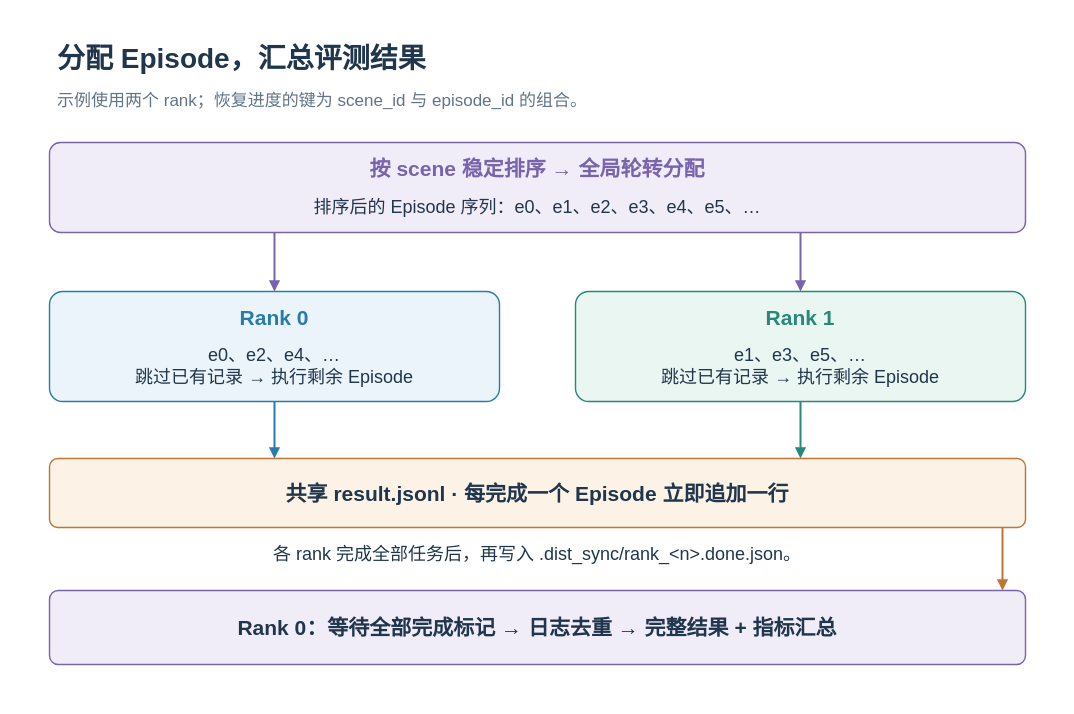
This is docs/assets/workflows/distributed-results.zh-CN.drawio from Eku127/SwiftVLN, a draw.io file, before an edit. Source tidied: cells renumbered, new cells numbered last; positions are measured from the earlier drawing's top-left corner, leaving out a move shared by most shapes. Both pictures are drawn from the tidied source at 100%, with x=0, y=0 at pixel (17, 17).
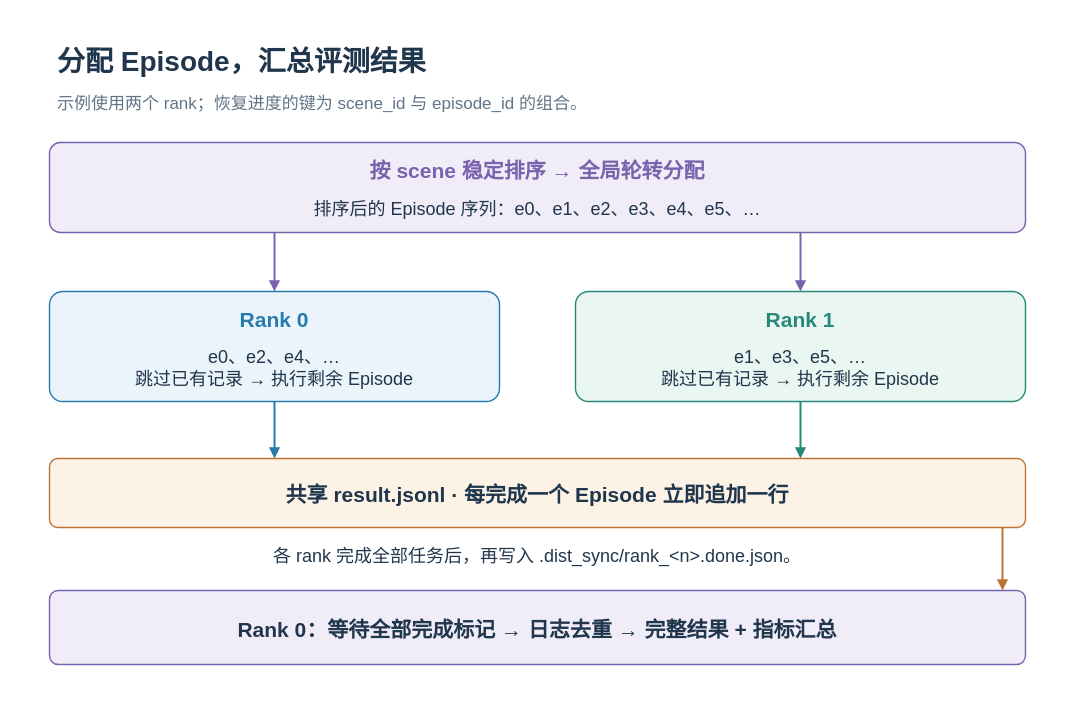
The same diagram, later.

What changed in the source:
```diff
@@
-    <mxCell id="2" style="rounded=0;arcSize=12;whiteSpace=wrap;html=0;fillColor=#FFFFFF;strokeColor=none;strokeWidth=1.4;fontColor=#20364C;fontFamily=Arial;fontSize=19;fontStyle=0;align=center;verticalAlign=middle;spacing=8;" parent="1" vertex="1">
+    <mxCell id="2" style="rounded=0;arcSize=12;whiteSpace=nowrap;html=0;fillColor=#FFFFFF;strokeColor=none;strokeWidth=1.4;fontColor=#20364C;fontFamily=Arial;fontSize=19;fontStyle=0;align=center;verticalAlign=middle;spacing=8;" parent="1" vertex="1">
       <mxGeometry width="1040" height="680" as="geometry" />
     </mxCell>
-    <mxCell id="3" value="分配 Episode，汇总评测结果" style="rounded=0;arcSize=12;whiteSpace=wrap;html=0;fillColor=none;strokeColor=none;strokeWidth=1.4;fontColor=#20364C;fontFamily=Arial;fontSize=28;fontStyle=1;align=left;verticalAlign=middle;spacing=8;" parent="1" vertex="1">
+    <mxCell id="3" value="分配 Episode，汇总评测结果" style="rounded=0;arcSize=12;whiteSpace=nowrap;html=0;fillColor=none;strokeColor=none;strokeWidth=1.4;fontColor=#20364C;fontFamily=Arial;fontSize=28;fontStyle=1;align=left;verticalAlign=middle;spacing=8;" parent="1" vertex="1">
       <mxGeometry x="32" y="22" width="970" height="38" as="geometry" />
     </mxCell>
-    <mxCell id="4" value="示例使用两个 rank；恢复进度的键为 scene_id 与 episode_id 的组合。" style="rounded=0;arcSize=12;whiteSpace=wrap;html=0;fillColor=none;strokeColor=none;strokeWidth=1.4;fontColor=#627487;fontFamily=Arial;fontSize=17;fontStyle=0;align=left;verticalAlign=middle;spacing=8;" parent="1" vertex="1">
+    <mxCell id="4" value="示例使用两个 rank；恢复进度的键为 scene_id 与 episode_id 的组合。" style="rounded=0;arcSize=12;whiteSpace=nowrap;html=0;fillColor=none;strokeColor=none;strokeWidth=1.4;fontColor=#627487;fontFamily=Arial;fontSize=17;fontStyle=0;align=left;verticalAlign=middle;spacing=8;" parent="1" vertex="1">
       <mxGeometry x="32" y="67" width="970" height="34" as="geometry" />
     </mxCell>
-    <mxCell id="5" style="rounded=1;arcSize=12;whiteSpace=wrap;html=0;fillColor=#F1EDF8;strokeColor=#7963AC;strokeWidth=1.4;fontColor=#20364C;fontFamily=Arial;fontSize=19;fontStyle=0;align=center;verticalAlign=middle;spacing=8;" parent="1" vertex="1">
+    <mxCell id="5" style="rounded=1;arcSize=12;whiteSpace=nowrap;html=0;fillColor=#F1EDF8;strokeColor=#7963AC;strokeWidth=1.4;fontColor=#20364C;fontFamily=Arial;fontSize=19;fontStyle=0;align=center;verticalAlign=middle;spacing=8;" parent="1" vertex="1">
       <mxGeometry x="32" y="125" width="976" height="90" as="geometry" />
     </mxCell>
-    <mxCell id="6" value="按 scene 稳定排序 → 全局轮转分配" style="rounded=0;arcSize=12;whiteSpace=wrap;html=0;fillColor=none;strokeColor=none;strokeWidth=1.4;fontColor=#7963AC;fontFamily=Arial;fontSize=21;fontStyle=1;align=center;verticalAlign=middle;spacing=8;" parent="1" vertex="1">
+    <mxCell id="6" value="按 scene 稳定排序 → 全局轮转分配" style="rounded=0;arcSize=12;whiteSpace=nowrap;html=0;fillColor=none;strokeColor=none;strokeWidth=1.4;fontColor=#7963AC;fontFamily=Arial;fontSize=21;fontStyle=1;align=center;verticalAlign=middle;spacing=8;" parent="1" vertex="1">
       <mxGeometry x="42" y="135" width="956" height="32" as="geometry" />
     </mxCell>
-    <mxCell id="7" value="排序后的 Episode 序列：e0、e1、e2、e3、e4、e5、…" style="rounded=0;arcSize=12;whiteSpace=wrap;html=0;fillColor=none;strokeColor=none;strokeWidth=1.4;fontColor=#20364C;fontFamily=Arial;fontSize=18;fontStyle=0;align=center;verticalAlign=middle;spacing=8;" parent="1" vertex="1">
+    <mxCell id="7" value="排序后的 Episode 序列：e0、e1、e2、e3、e4、e5、…" style="rounded=0;arcSize=12;whiteSpace=nowrap;html=0;fillColor=none;strokeColor=none;strokeWidth=1.4;fontColor=#20364C;fontFamily=Arial;fontSize=18;fontStyle=0;align=center;verticalAlign=middle;spacing=8;" parent="1" vertex="1">
       <mxGeometry x="42" y="171" width="956" height="38" as="geometry" />
     </mxCell>
-    <mxCell id="8" style="rounded=1;arcSize=12;whiteSpace=wrap;html=0;fillColor=#EBF4FA;strokeColor=#287BAD;strokeWidth=1.4;fontColor=#20364C;fontFamily=Arial;fontSize=19;fontStyle=0;align=center;verticalAlign=middle;spacing=8;" parent="1" vertex="1">
+    <mxCell id="8" style="rounded=1;arcSize=12;whiteSpace=nowrap;html=0;fillColor=#EBF4FA;strokeColor=#287BAD;strokeWidth=1.4;fontColor=#20364C;fontFamily=Arial;fontSize=19;fontStyle=0;align=center;verticalAlign=middle;spacing=8;" parent="1" vertex="1">
       <mxGeometry x="32" y="274" width="450" height="110" as="geometry" />
     </mxCell>
-    <mxCell id="9" value="Rank 0" style="rounded=0;arcSize=12;whiteSpace=wrap;html=0;fillColor=none;strokeColor=none;strokeWidth=1.4;fontColor=#287BAD;fontFamily=Arial;fontSize=21;fontStyle=1;align=center;verticalAlign=middle;spacing=8;" parent="1" vertex="1">
+    <mxCell id="9" value="Rank 0" style="rounded=0;arcSize=12;whiteSpace=nowrap;html=0;fillColor=none;strokeColor=none;strokeWidth=1.4;fontColor=#287BAD;fontFamily=Arial;fontSize=21;fontStyle=1;align=center;verticalAlign=middle;spacing=8;" parent="1" vertex="1">
       <mxGeometry x="42" y="284" width="430" height="32" as="geometry" />
     </mxCell>
-    <mxCell id="10" value="e0、e2、e4、…&#10;跳过已有记录 → 执行剩余 Episode" style="rounded=0;arcSize=12;whiteSpace=wrap;html=0;fillColor=none;strokeColor=none;strokeWidth=1.4;fontColor=#20364C;fontFamily=Arial;fontSize=18;fontStyle=0;align=center;verticalAlign=middle;spacing=8;" parent="1" vertex="1">
+    <mxCell id="10" value="e0、e2、e4、…&#10;跳过已有记录 → 执行剩余 Episode" style="rounded=0;arcSize=12;whiteSpace=nowrap;html=0;fillColor=none;strokeColor=none;strokeWidth=1.4;fontColor=#20364C;fontFamily=Arial;fontSize=18;fontStyle=0;align=center;verticalAlign=middle;spacing=8;" parent="1" vertex="1">
       <mxGeometry x="42" y="320" width="430" height="58" as="geometry" />
     </mxCell>
@@
-    <mxCell id="13" style="rounded=1;arcSize=12;whiteSpace=wrap;html=0;fillColor=#EAF6F2;strokeColor=#268979;strokeWidth=1.4;fontColor=#20364C;fontFamily=Arial;fontSize=19;fontStyle=0;align=center;verticalAlign=middle;spacing=8;" parent="1" vertex="1">
+    <mxCell id="13" style="rounded=1;arcSize=12;whiteSpace=nowrap;html=0;fillColor=#EAF6F2;strokeColor=#268979;strokeWidth=1.4;fontColor=#20364C;fontFamily=Arial;fontSize=19;fontStyle=0;align=center;verticalAlign=middle;spacing=8;" parent="1" vertex="1">
       <mxGeometry x="558" y="274" width="450" height="110" as="geometry" />
     </mxCell>
-    <mxCell id="14" value="Rank 1" style="rounded=0;arcSize=12;whiteSpace=wrap;html=0;fillColor=none;strokeColor=none;strokeWidth=1.4;fontColor=#268979;fontFamily=Arial;fontSize=21;fontStyle=1;align=center;verticalAlign=middle;spacing=8;" parent="1" vertex="1">
+    <mxCell id="14" value="Rank 1" style="rounded=0;arcSize=12;whiteSpace=nowrap;html=0;fillColor=none;strokeColor=none;strokeWidth=1.4;fontColor=#268979;fontFamily=Arial;fontSize=21;fontStyle=1;align=center;verticalAlign=middle;spacing=8;" parent="1" vertex="1">
       <mxGeometry x="568" y="284" width="430" height="32" as="geometry" />
     </mxCell>
-    <mxCell id="15" value="e1、e3、e5、…&#10;跳过已有记录 → 执行剩余 Episode" style="rounded=0;arcSize=12;whiteSpace=wrap;html=0;fillColor=none;strokeColor=none;strokeWidth=1.4;fontColor=#20364C;fontFamily=Arial;fontSize=18;fontStyle=0;align=center;verticalAlign=middle;spacing=8;" parent="1" vertex="1">
+    <mxCell id="15" value="e1、e3、e5、…&#10;跳过已有记录 → 执行剩余 Episode" style="rounded=0;arcSize=12;whiteSpace=nowrap;html=0;fillColor=none;strokeColor=none;strokeWidth=1.4;fontColor=#20364C;fontFamily=Arial;fontSize=18;fontStyle=0;align=center;verticalAlign=middle;spacing=8;" parent="1" vertex="1">
       <mxGeometry x="568" y="320" width="430" height="58" as="geometry" />
     </mxCell>
@@
-    <mxCell id="18" value="共享 result.jsonl  ·  每完成一个 Episode 立即追加一行" style="rounded=1;arcSize=12;whiteSpace=wrap;html=0;fillColor=#FCF2E6;strokeColor=#BE7534;strokeWidth=1.4;fontColor=#20364C;fontFamily=Arial;fontSize=21;fontStyle=1;align=center;verticalAlign=middle;spacing=8;" parent="1" vertex="1">
+    <mxCell id="18" value="共享 result.jsonl  ·  每完成一个 Episode 立即追加一行" style="rounded=1;arcSize=12;whiteSpace=nowrap;html=0;fillColor=#FCF2E6;strokeColor=#BE7534;strokeWidth=1.4;fontColor=#20364C;fontFamily=Arial;fontSize=21;fontStyle=1;align=center;verticalAlign=middle;spacing=8;" parent="1" vertex="1">
       <mxGeometry x="32" y="441" width="976" height="69" as="geometry" />
     </mxCell>
-    <mxCell id="19" value="各 rank 完成全部任务后，再写入 .dist_sync/rank_&lt;n&gt;.done.json。" style="rounded=0;arcSize=12;whiteSpace=wrap;html=0;fillColor=none;strokeColor=none;strokeWidth=1.4;fontColor=#20364C;fontFamily=Arial;fontSize=18;fontStyle=0;align=center;verticalAlign=middle;spacing=8;" parent="1" vertex="1">
+    <mxCell id="19" value="各 rank 完成全部任务后，再写入 .dist_sync/rank_&lt;n&gt;.done.json。" style="rounded=0;arcSize=12;whiteSpace=nowrap;html=0;fillColor=none;strokeColor=none;strokeWidth=1.4;fontColor=#20364C;fontFamily=Arial;fontSize=18;fontStyle=0;align=center;verticalAlign=middle;spacing=8;" parent="1" vertex="1">
       <mxGeometry x="32" y="519" width="976" height="35" as="geometry" />
     </mxCell>
@@
-    <mxCell id="21" value="Rank 0：等待全部完成标记 → 日志去重 → 完整结果 + 指标汇总" style="rounded=1;arcSize=12;whiteSpace=wrap;html=0;fillColor=#F1EDF8;strokeColor=#7963AC;strokeWidth=1.4;fontColor=#20364C;fontFamily=Arial;fontSize=21;fontStyle=1;align=center;verticalAlign=middle;spacing=8;" parent="1" vertex="1">
+    <mxCell id="21" value="Rank 0：等待全部完成标记 → 日志去重 → 完整结果 + 指标汇总" style="rounded=1;arcSize=12;whiteSpace=nowrap;html=0;fillColor=#F1EDF8;strokeColor=#7963AC;strokeWidth=1.4;fontColor=#20364C;fontFamily=Arial;fontSize=21;fontStyle=1;align=center;verticalAlign=middle;spacing=8;" parent="1" vertex="1">
       <mxGeometry x="32" y="573" width="976" height="74" as="geometry" />
     </mxCell>
```
